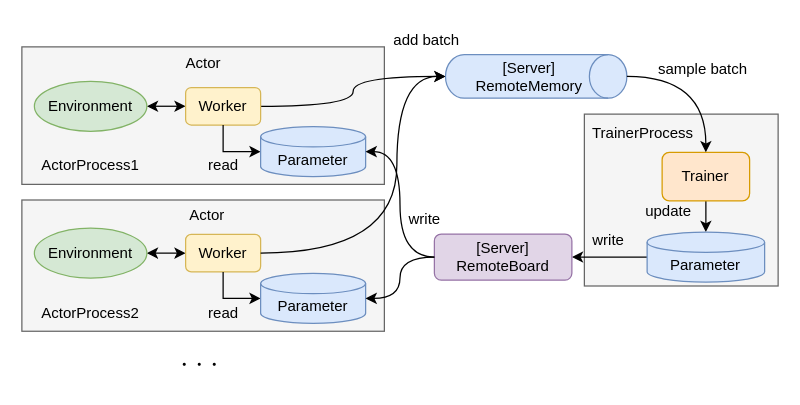
Before: page "distributed" (2 of 3) of diagrams/overview.drawio in pocokhc/simple_distributed_rl, a draw.io diagram. Source tidied: cells renumbered, new cells numbered last; positions are measured from the earlier drawing's top-left corner, leaving out a move shared by most shapes. Both pictures are drawn from the tidied source at 125%, with x=0, y=0 at pixel (21, -15).
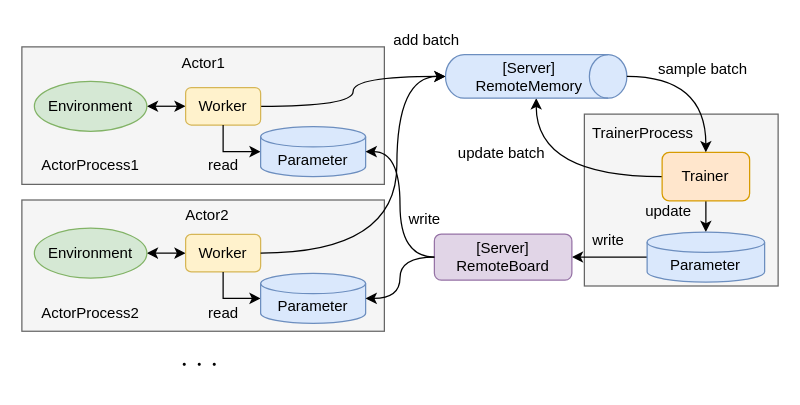
After the change.

The change refers to these unchanged cells:
```xml
<mxCell id="7" value="Trainer" style="rounded=1;whiteSpace=wrap;html=1;fillColor=#ffe6cc;strokeColor=#d79b00;" parent="1" vertex="1">
  <mxGeometry x="512.2" y="133.4" width="70" height="38.8" as="geometry" />
</mxCell>
<mxCell id="10" style="group;" parent="1" vertex="1">
  <mxGeometry x="360" y="49" width="105" height="135.1" as="geometry" />
</mxCell>
<mxCell id="11" style="shape=cylinder3;whiteSpace=wrap;html=1;boundedLbl=1;backgroundOutline=1;size=15;rotation=90;fillColor=#dae8fc;strokeColor=#6c8ebf;" parent="10" vertex="1">
  <mxGeometry x="34" y="-48.9" width="34.9" height="145.1" as="geometry" />
</mxCell>
```

Change to the diagram source:
```diff
@@
+    <mxCell id="41" style="edgeStyle=orthogonalEdgeStyle;rounded=0;jettySize=auto;html=1;curved=1;" parent="1" edge="1" source="7" target="11">
+      <mxGeometry relative="1" as="geometry" />
+    </mxCell>
@@
+    <mxCell id="42" value="update batch" style="text;html=1;strokeColor=none;fillColor=none;align=center;verticalAlign=middle;whiteSpace=wrap;rounded=0;" parent="10" vertex="1">
+      <mxGeometry x="-21.1" y="70" width="90" height="30" as="geometry" />
+    </mxCell>
@@
-    <mxCell id="38" value="Actor" style="text;html=1;strokeColor=none;fillColor=none;align=center;verticalAlign=middle;whiteSpace=wrap;rounded=0;" parent="1" vertex="1">
+    <mxCell id="38" value="Actor2" style="text;html=1;strokeColor=none;fillColor=none;align=center;verticalAlign=middle;whiteSpace=wrap;rounded=0;" parent="1" vertex="1">
       <mxGeometry x="106" y="169" width="85" height="30" as="geometry" />
     </mxCell>
-    <mxCell id="39" value="Actor" style="text;html=1;strokeColor=none;fillColor=none;align=center;verticalAlign=middle;whiteSpace=wrap;rounded=0;" parent="1" vertex="1">
+    <mxCell id="39" value="Actor1" style="text;html=1;strokeColor=none;fillColor=none;align=center;verticalAlign=middle;whiteSpace=wrap;rounded=0;" parent="1" vertex="1">
       <mxGeometry x="102.5" y="46.5" width="85" height="30" as="geometry" />
     </mxCell>
```
